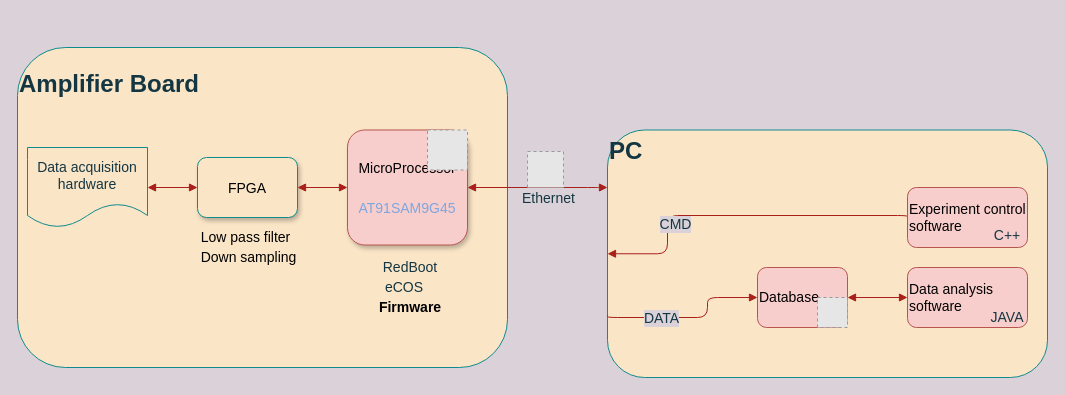
WenxiJin/drawio keeps this draw.io diagram as Molex/DAQ.drawio. Above is the earlier version. Source tidied: cells renumbered, new cells numbered last; positions are measured from the earlier drawing's top-left corner, leaving out a move shared by most shapes. Both pictures are drawn from the tidied source at 100%, with x=0, y=0 at pixel (17, 47). Pictures stored in the file or linked from it are replaced by grey dashed boxes.
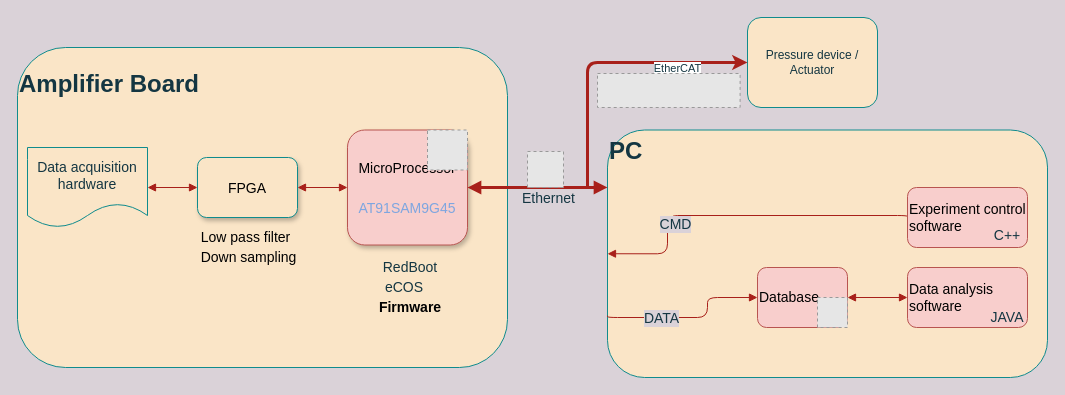
Above is the later version.

The change refers to these unchanged cells:
```xml
<mxCell id="6" value="&lt;p&gt;&lt;font color=&quot;#000000&quot;&gt;&lt;span style=&quot;font-size: 14px&quot;&gt;MicroProcessor&lt;/span&gt;&lt;/font&gt;&lt;/p&gt;&lt;p&gt;&lt;span style=&quot;font-size: 14px&quot;&gt;&lt;font color=&quot;#7ea6e0&quot;&gt;AT91SAM9G45&lt;/font&gt;&lt;/span&gt;&lt;/p&gt;" style="whiteSpace=wrap;html=1;shadow=1;fontSize=18;rounded=1;fillColor=#f8cecc;strokeColor=#b85450;" parent="1" vertex="1">
  <mxGeometry x="330" y="82.5" width="120" height="115" as="geometry" />
</mxCell>
```

Change to the diagram source:
```diff
@@
-    <mxCell id="18" style="edgeStyle=orthogonalEdgeStyle;rounded=1;sketch=0;jettySize=auto;html=1;startArrow=block;startFill=1;endArrow=block;endFill=1;fontSize=14;strokeColor=#A8201A;fontColor=#143642;labelBackgroundColor=#DAD2D8;" parent="1" edge="1" source="6">
+    <mxCell id="18" style="edgeStyle=orthogonalEdgeStyle;rounded=1;sketch=0;jettySize=auto;html=1;startArrow=block;startFill=1;endArrow=block;endFill=1;fontSize=14;strokeColor=#A8201A;fontColor=#143642;labelBackgroundColor=#DAD2D8;strokeWidth=3;" parent="1" edge="1" source="6">
       <mxGeometry relative="1" as="geometry">
         <mxPoint x="590" y="140" as="targetPoint" />
         <Array as="points">
           <mxPoint x="580" y="140" />
           <mxPoint x="580" y="140" />
         </Array>
       </mxGeometry>
     </mxCell>
@@
+    <mxCell id="31" value="Pressure device / Actuator" style="rounded=1;whiteSpace=wrap;html=1;sketch=0;strokeColor=#0F8B8D;fillColor=#FAE5C7;fontColor=#143642;" parent="1" vertex="1">
+      <mxGeometry x="730" y="-30" width="130" height="90" as="geometry" />
+    </mxCell>
+    <mxCell id="32" style="endArrow=classic;html=1;strokeColor=#A8201A;fillColor=#FAE5C7;fontColor=#143642;entryX=0;entryY=0.5;entryDx=0;entryDy=0;strokeWidth=3;" parent="1" edge="1" target="31">
+      <mxGeometry relative="1" as="geometry">
+        <mxPoint x="570" y="140" as="sourcePoint" />
+        <Array as="points">
+          <mxPoint x="570" y="15" />
+        </Array>
+      </mxGeometry>
+    </mxCell>
+    <mxCell id="33" value="EtherCAT" style="edgeLabel;html=1;align=center;verticalAlign=middle;fontColor=#143642;" parent="32" vertex="1">
+      <mxGeometry x="0.39" y="1" relative="1" as="geometry">
+        <mxPoint x="16" y="6" as="offset" />
+      </mxGeometry>
+    </mxCell>
+    <mxCell id="34" style="fillColor=#E6E6E6;strokeColor=#999999;dashed=1;verticalLabelPosition=bottom;labelBackgroundColor=#ffffff;verticalAlign=top;" parent="1" vertex="1">
+      <mxGeometry x="580" y="26" width="142.6" height="34" as="geometry" />
+    </mxCell>
```
